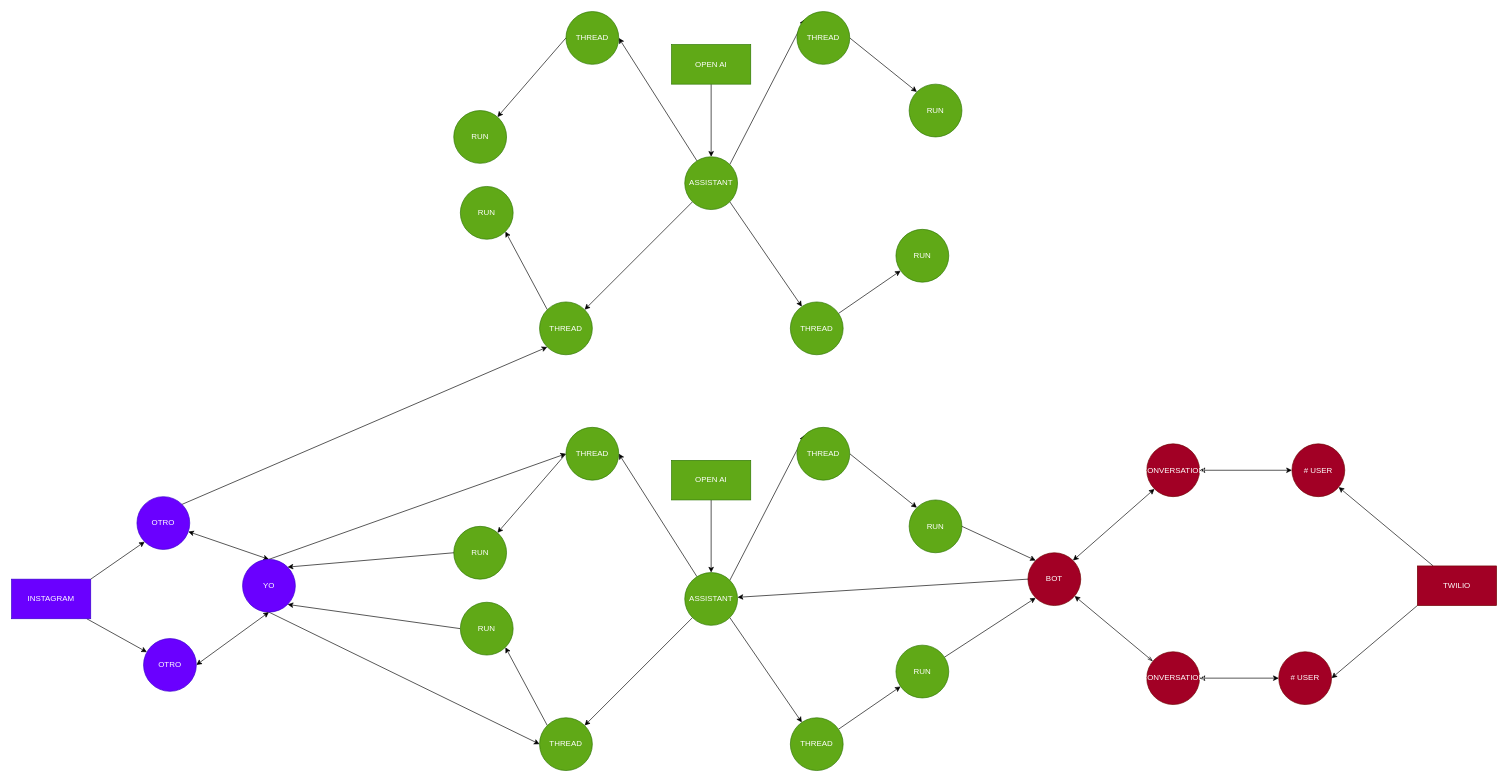
Above: drawIO/draw.drawio in leo1812x/Customer_Service_Handler (draw.io), before the change. Source tidied: cells renumbered, new cells numbered last; positions are measured from the earlier drawing's top-left corner, leaving out a move shared by most shapes. Both pictures are drawn from the tidied source at 66%, with x=0, y=0 at pixel (11, 11).
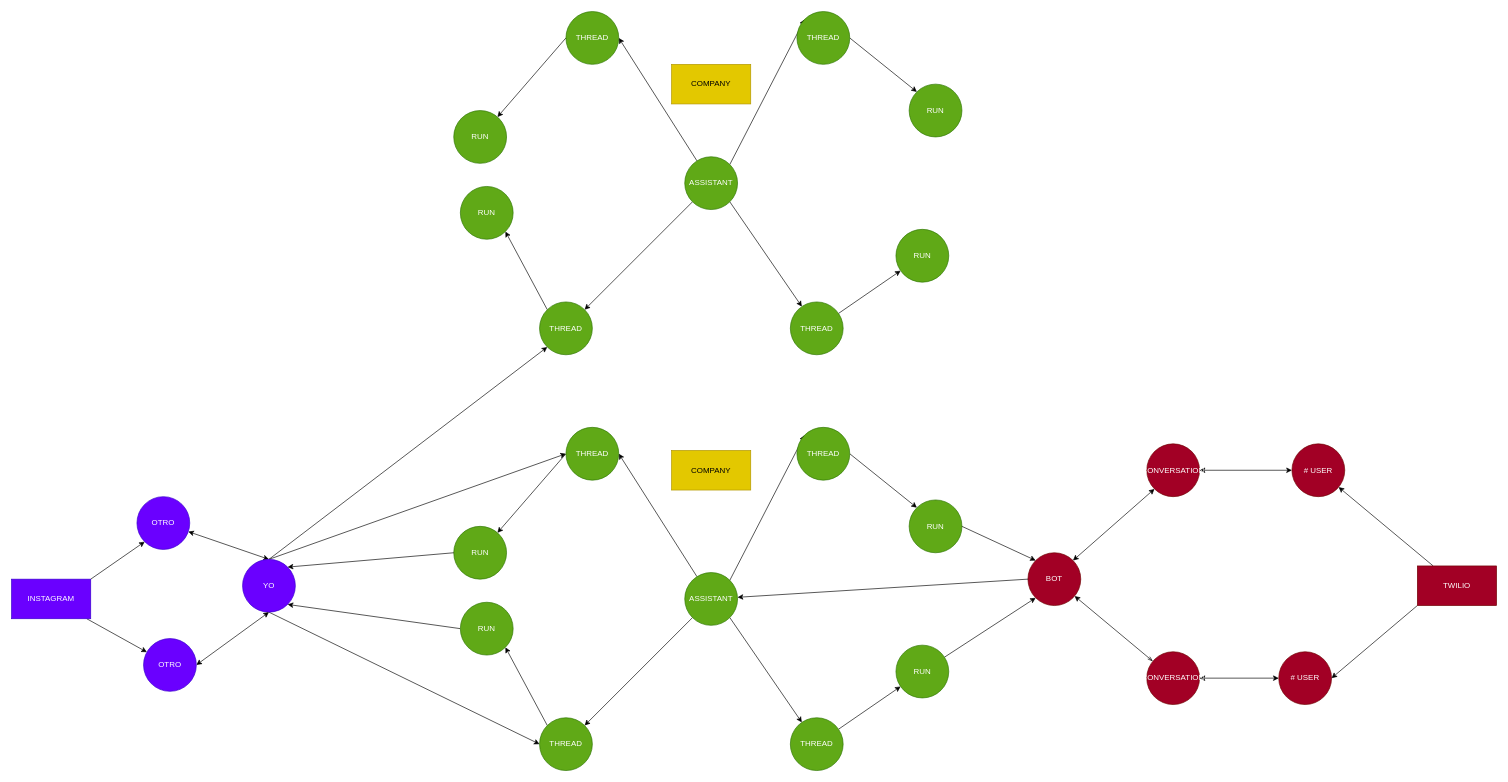
The same diagram, later.

The change refers to these unchanged cells:
```xml
<mxCell id="4" value="OTRO" style="ellipse;whiteSpace=wrap;html=1;rounded=0;fillColor=#6a00ff;fontColor=#ffffff;strokeColor=#3700CC;" parent="1" vertex="1">
  <mxGeometry x="190" y="735" width="80" height="80" as="geometry" />
</mxCell>
<mxCell id="7" value="YO" style="ellipse;whiteSpace=wrap;html=1;rounded=0;fillColor=#6a00ff;fontColor=#ffffff;strokeColor=#3700CC;" parent="1" vertex="1">
  <mxGeometry x="350" y="830" width="80" height="80" as="geometry" />
</mxCell>
<mxCell id="27" value="ASSISTANT" style="ellipse;whiteSpace=wrap;html=1;rounded=0;fillColor=#60a917;fontColor=#ffffff;strokeColor=#2D7600;" parent="1" vertex="1">
  <mxGeometry x="1020" y="850" width="80" height="80" as="geometry" />
</mxCell>
<mxCell id="60" value="ASSISTANT" style="ellipse;whiteSpace=wrap;html=1;rounded=0;fillColor=#60a917;fontColor=#ffffff;strokeColor=#2D7600;" parent="1" vertex="1">
  <mxGeometry x="1020" y="220" width="80" height="80" as="geometry" />
</mxCell>
<mxCell id="64" value="THREAD" style="ellipse;whiteSpace=wrap;html=1;rounded=0;fillColor=#60a917;fontColor=#ffffff;strokeColor=#2D7600;" parent="1" vertex="1">
  <mxGeometry x="800" y="440" width="80" height="80" as="geometry" />
</mxCell>
```

Diff of the diagram source:
```diff
@@
-    <mxCell id="3" style="rounded=0;jettySize=auto;html=1;exitX=1;exitY=0;exitDx=0;exitDy=0;entryX=0;entryY=1;entryDx=0;entryDy=0;" parent="1" edge="1" source="4" target="64">
+    <mxCell id="3" style="rounded=0;jettySize=auto;html=1;exitX=0.5;exitY=0;exitDx=0;exitDy=0;entryX=0;entryY=1;entryDx=0;entryDy=0;" parent="1" edge="1" source="7" target="64">
       <mxGeometry relative="1" as="geometry" />
     </mxCell>
@@
-    <mxCell id="22" style="rounded=0;jettySize=auto;html=1;" parent="1" edge="1" source="23" target="27">
-      <mxGeometry relative="1" as="geometry" />
-    </mxCell>
-    <mxCell id="23" value="OPEN AI" style="rounded=0;whiteSpace=wrap;html=1;fillColor=#60a917;fontColor=#ffffff;strokeColor=#2D7600;" parent="1" vertex="1">
-      <mxGeometry x="1000" y="680" width="120" height="60" as="geometry" />
+    <mxCell id="23" value="COMPANY" style="rounded=0;whiteSpace=wrap;html=1;fillColor=#e3c800;fontColor=#000000;strokeColor=#B09500;" parent="1" vertex="1">
+      <mxGeometry x="1000" y="665" width="120" height="60" as="geometry" />
     </mxCell>
@@
-    <mxCell id="55" style="rounded=0;jettySize=auto;html=1;" parent="1" edge="1" source="56" target="60">
-      <mxGeometry relative="1" as="geometry" />
-    </mxCell>
-    <mxCell id="56" value="OPEN AI" style="rounded=0;whiteSpace=wrap;html=1;fillColor=#60a917;fontColor=#ffffff;strokeColor=#2D7600;" parent="1" vertex="1">
-      <mxGeometry x="1000" y="50" width="120" height="60" as="geometry" />
-    </mxCell>
@@
+    <mxCell id="68" value="COMPANY" style="rounded=0;whiteSpace=wrap;html=1;fillColor=#e3c800;fontColor=#000000;strokeColor=#B09500;" parent="1" vertex="1">
+      <mxGeometry x="1000" y="80" width="120" height="60" as="geometry" />
+    </mxCell>
```
